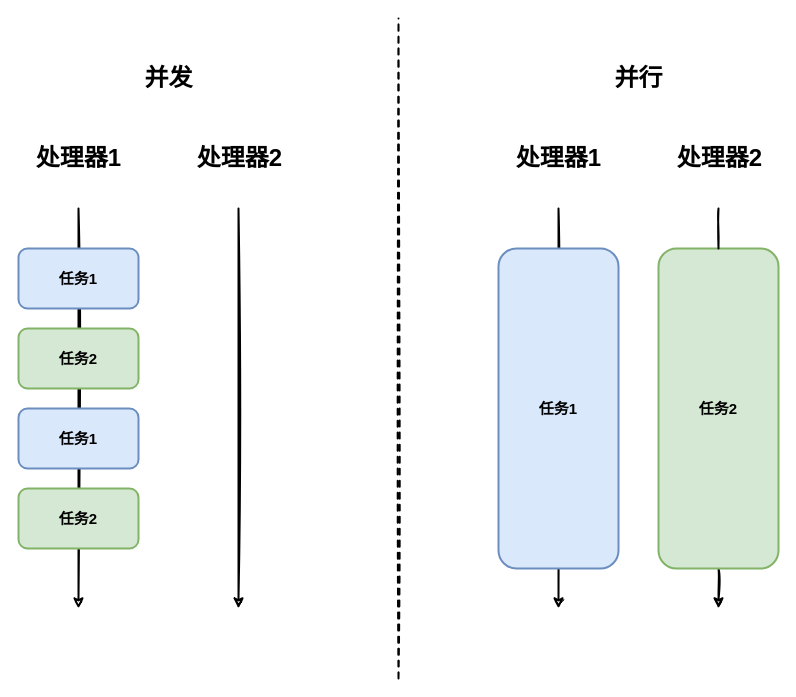
This is os/parallel-concurrent.drawio from donscoco/diagrams, a draw.io file, before an edit. Source tidied: cells renumbered, new cells numbered last; positions are measured from the earlier drawing's top-left corner, leaving out a move shared by most shapes. Both pictures are drawn from the tidied source at 100%, with x=0, y=0 at pixel (18, 18).
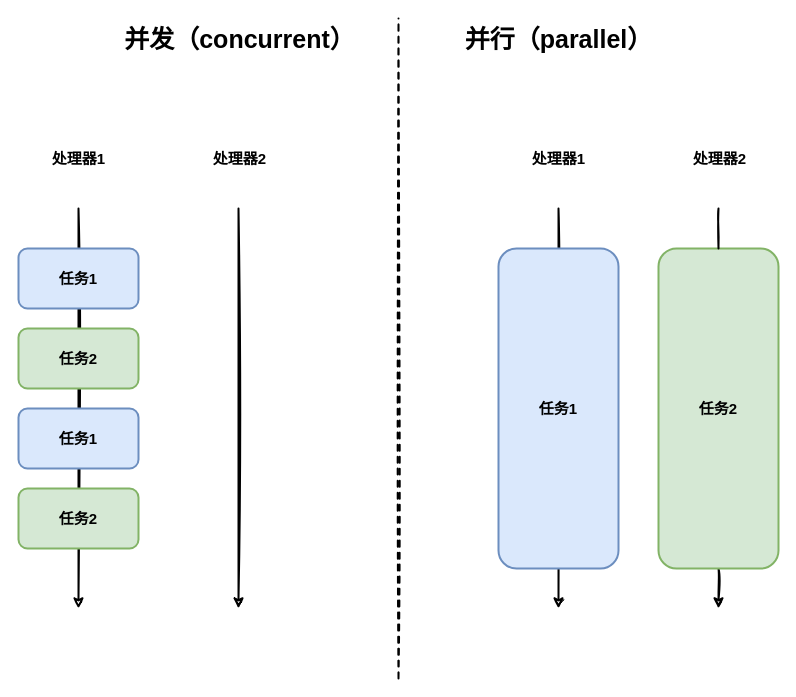
Above is the later version.

Change to the diagram source:
```diff
@@
-    <mxCell id="14" value="处理器1" style="text;strokeColor=none;fillColor=none;html=1;fontSize=24;fontStyle=1;verticalAlign=middle;align=center;sketch=0;" parent="1" vertex="1">
+    <mxCell id="14" value="处理器1" style="text;strokeColor=none;fillColor=none;html=1;fontSize=15;fontStyle=1;verticalAlign=middle;align=center;sketch=0;" parent="1" vertex="1">
       <mxGeometry x="10" y="120" width="100" height="40" as="geometry" />
     </mxCell>
-    <mxCell id="15" value="处理器2" style="text;strokeColor=none;fillColor=none;html=1;fontSize=24;fontStyle=1;verticalAlign=middle;align=center;sketch=0;" parent="1" vertex="1">
+    <mxCell id="15" value="处理器2" style="text;strokeColor=none;fillColor=none;html=1;fontSize=15;fontStyle=1;verticalAlign=middle;align=center;sketch=0;" parent="1" vertex="1">
       <mxGeometry x="171" y="120" width="100" height="40" as="geometry" />
     </mxCell>
-    <mxCell id="16" value="处理器1" style="text;strokeColor=none;fillColor=none;html=1;fontSize=24;fontStyle=1;verticalAlign=middle;align=center;sketch=0;" parent="1" vertex="1">
+    <mxCell id="16" value="处理器1" style="text;strokeColor=none;fillColor=none;html=1;fontSize=15;fontStyle=1;verticalAlign=middle;align=center;sketch=0;" parent="1" vertex="1">
       <mxGeometry x="490" y="120" width="100" height="40" as="geometry" />
     </mxCell>
-    <mxCell id="17" value="处理器2" style="text;strokeColor=none;fillColor=none;html=1;fontSize=24;fontStyle=1;verticalAlign=middle;align=center;sketch=0;" parent="1" vertex="1">
+    <mxCell id="17" value="处理器2" style="text;strokeColor=none;fillColor=none;html=1;fontSize=15;fontStyle=1;verticalAlign=middle;align=center;sketch=0;" parent="1" vertex="1">
       <mxGeometry x="651" y="120" width="100" height="40" as="geometry" />
     </mxCell>
-    <mxCell id="18" value="并发" style="text;strokeColor=none;fillColor=none;html=1;fontSize=24;fontStyle=1;verticalAlign=middle;align=center;sketch=0;" parent="1" vertex="1">
-      <mxGeometry x="100" y="40" width="100" height="40" as="geometry" />
+    <mxCell id="18" value="并发（concurrent）" style="text;strokeColor=none;fillColor=none;html=1;fontSize=25;fontStyle=1;verticalAlign=middle;align=center;sketch=0;" parent="1" vertex="1">
+      <mxGeometry x="101" width="240" height="40" as="geometry" />
     </mxCell>
-    <mxCell id="19" value="并行" style="text;strokeColor=none;fillColor=none;html=1;fontSize=24;fontStyle=1;verticalAlign=middle;align=center;sketch=0;" parent="1" vertex="1">
-      <mxGeometry x="570" y="40" width="100" height="40" as="geometry" />
+    <mxCell id="19" value="并行（parallel）" style="text;strokeColor=none;fillColor=none;html=1;fontSize=25;fontStyle=1;verticalAlign=middle;align=center;sketch=0;" parent="1" vertex="1">
+      <mxGeometry x="420" width="240" height="40" as="geometry" />
     </mxCell>
```
